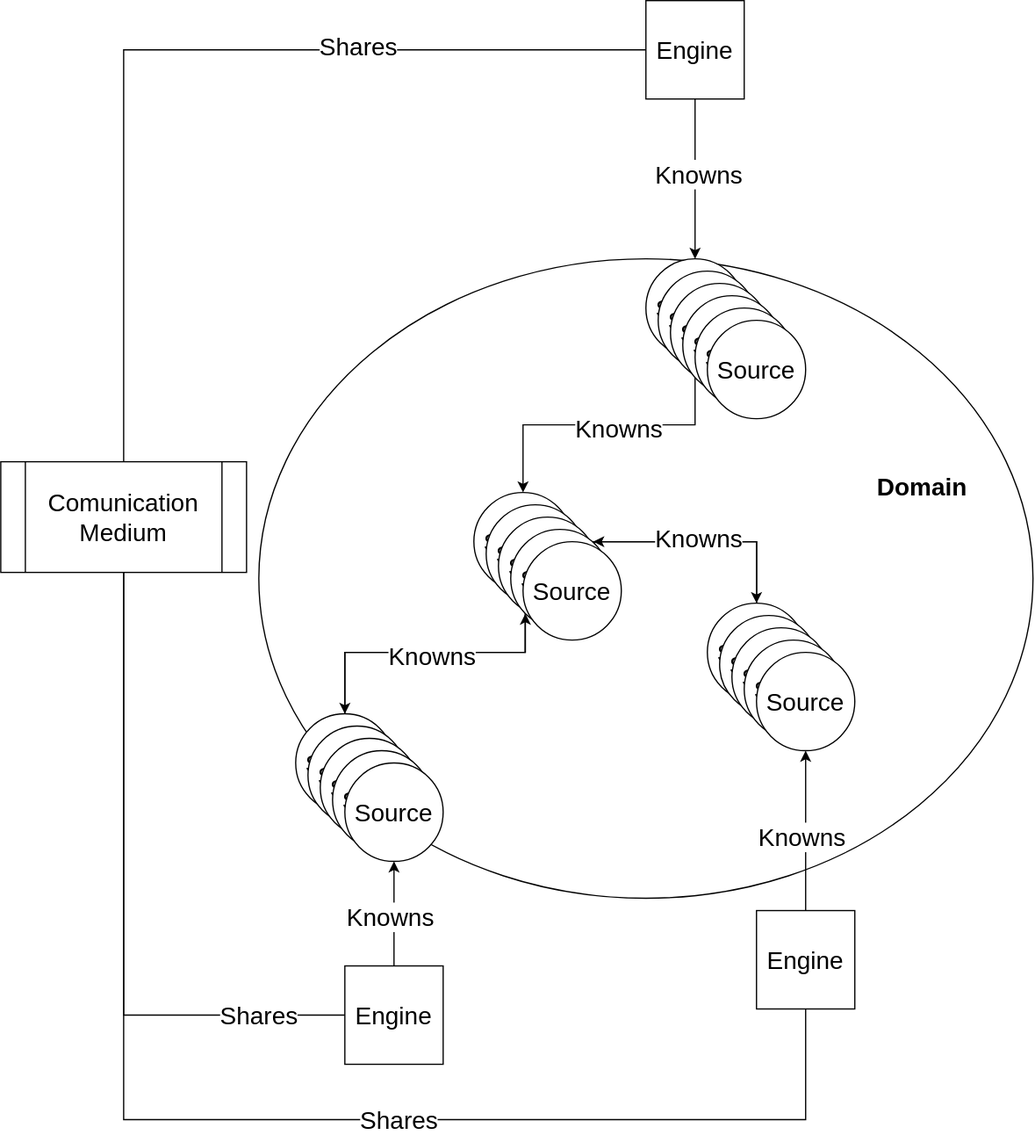
Earlier version of the draw.io export images/collaborative_engine.svg (constraintAutomaton/presentation-iswc-2023-doctoral-consortium-collaboravite-engine). Source tidied: cells renumbered, new cells last; positions are measured from the earlier drawing's top-left corner, leaving out a move shared by most shapes.
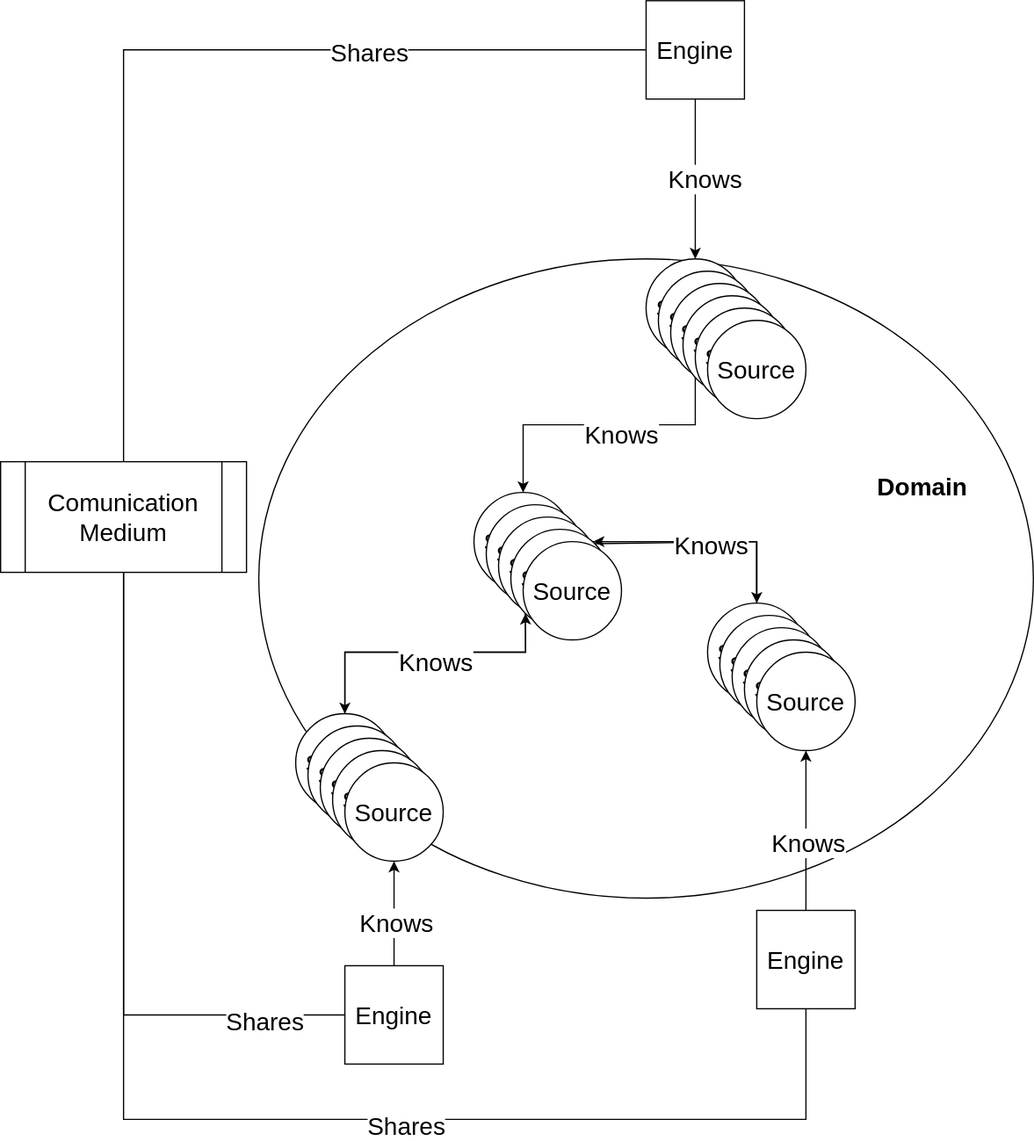
The same diagram one commit later.

What changed in the source:
```diff
@@ -11,7 +11,7 @@
     <mxCell id="4" value="Text" style="edgeLabel;html=1;align=center;verticalAlign=middle;" parent="3" vertex="1">
       <mxGeometry x="-0.02" y="1" relative="1" as="geometry" />
     </mxCell>
-    <mxCell id="5" value="&lt;font style=&quot;font-size: 20px;&quot;&gt;Knowns&lt;/font&gt;" style="edgeLabel;html=1;align=center;verticalAlign=middle;" parent="3" vertex="1">
+    <mxCell id="5" value="&lt;font style=&quot;font-size: 20px;&quot;&gt;Knows&lt;/font&gt;" style="edgeLabel;html=1;align=center;verticalAlign=middle;" parent="3" vertex="1">
       <mxGeometry x="-0.06" y="3" relative="1" as="geometry" />
     </mxCell>
     <mxCell id="6" value="&lt;font style=&quot;font-size: 20px;&quot;&gt;Engine&lt;/font&gt;" style="whiteSpace=wrap;html=1;" parent="1" vertex="1">
@@ -58,7 +58,7 @@
     <mxCell id="15" value="Text" style="edgeLabel;html=1;align=center;verticalAlign=middle;" parent="14" vertex="1">
       <mxGeometry x="-0.02" y="1" relative="1" as="geometry" />
     </mxCell>
-    <mxCell id="16" value="&lt;font style=&quot;font-size: 20px;&quot;&gt;Knowns&lt;/font&gt;" style="edgeLabel;html=1;align=center;verticalAlign=middle;" parent="14" vertex="1">
+    <mxCell id="16" value="&lt;font style=&quot;font-size: 20px;&quot;&gt;Knows&lt;/font&gt;" style="edgeLabel;html=1;align=center;verticalAlign=middle;" parent="14" vertex="1">
       <mxGeometry x="-0.06" y="3" relative="1" as="geometry" />
     </mxCell>
     <mxCell id="17" style="edgeStyle=orthogonalEdgeStyle;rounded=0;jettySize=auto;html=1;exitX=1;exitY=0;exitDx=0;exitDy=0;" parent="1" edge="1" source="30" target="11">
@@ -72,7 +72,7 @@
     <mxCell id="18" value="Text" style="edgeLabel;html=1;align=center;verticalAlign=middle;" parent="17" vertex="1">
       <mxGeometry x="-0.02" y="1" relative="1" as="geometry" />
     </mxCell>
-    <mxCell id="19" value="&lt;font style=&quot;font-size: 20px;&quot;&gt;Knowns&lt;/font&gt;" style="edgeLabel;html=1;align=center;verticalAlign=middle;" parent="17" vertex="1">
+    <mxCell id="19" value="&lt;font style=&quot;font-size: 20px;&quot;&gt;Knows&lt;/font&gt;" style="edgeLabel;html=1;align=center;verticalAlign=middle;" parent="17" vertex="1">
       <mxGeometry x="-0.06" y="3" relative="1" as="geometry" />
     </mxCell>
     <mxCell id="20" style="edgeStyle=orthogonalEdgeStyle;rounded=0;jettySize=auto;html=1;exitX=0;exitY=1;exitDx=0;exitDy=0;" parent="1" edge="1" source="30" target="13">
@@ -86,7 +86,7 @@
     <mxCell id="21" value="Text" style="edgeLabel;html=1;align=center;verticalAlign=middle;" parent="20" vertex="1">
       <mxGeometry x="-0.02" y="1" relative="1" as="geometry" />
     </mxCell>
-    <mxCell id="22" value="&lt;font style=&quot;font-size: 20px;&quot;&gt;Knowns&lt;/font&gt;" style="edgeLabel;html=1;align=center;verticalAlign=middle;" parent="20" vertex="1">
+    <mxCell id="22" value="&lt;font style=&quot;font-size: 20px;&quot;&gt;Knows&lt;/font&gt;" style="edgeLabel;html=1;align=center;verticalAlign=middle;" parent="20" vertex="1">
       <mxGeometry x="-0.06" y="3" relative="1" as="geometry" />
     </mxCell>
     <mxCell id="23" value="&lt;font style=&quot;font-size: 20px;&quot;&gt;Source&lt;/font&gt;" style="ellipse;whiteSpace=wrap;html=1;" parent="1" vertex="1">
@@ -146,7 +146,7 @@
     <mxCell id="41" value="Text" style="edgeLabel;html=1;align=center;verticalAlign=middle;" parent="40" vertex="1">
       <mxGeometry x="-0.02" y="1" relative="1" as="geometry" />
     </mxCell>
-    <mxCell id="42" value="&lt;font style=&quot;font-size: 20px;&quot;&gt;Knowns&lt;/font&gt;" style="edgeLabel;html=1;align=center;verticalAlign=middle;" parent="40" vertex="1">
+    <mxCell id="42" value="&lt;font style=&quot;font-size: 20px;&quot;&gt;Knows&lt;/font&gt;" style="edgeLabel;html=1;align=center;verticalAlign=middle;" parent="40" vertex="1">
       <mxGeometry x="-0.06" y="3" relative="1" as="geometry" />
     </mxCell>
     <mxCell id="43" value="&lt;font style=&quot;font-size: 20px;&quot;&gt;Engine&lt;/font&gt;" style="whiteSpace=wrap;html=1;" parent="1" vertex="1">
@@ -158,7 +158,7 @@
     <mxCell id="45" value="Text" style="edgeLabel;html=1;align=center;verticalAlign=middle;" parent="44" vertex="1">
       <mxGeometry x="-0.02" y="1" relative="1" as="geometry" />
     </mxCell>
-    <mxCell id="46" value="&lt;font style=&quot;font-size: 20px;&quot;&gt;Knowns&lt;/font&gt;" style="edgeLabel;html=1;align=center;verticalAlign=middle;" parent="44" vertex="1">
+    <mxCell id="46" value="&lt;font style=&quot;font-size: 20px;&quot;&gt;Knows&lt;/font&gt;" style="edgeLabel;html=1;align=center;verticalAlign=middle;" parent="44" vertex="1">
       <mxGeometry x="-0.06" y="3" relative="1" as="geometry" />
     </mxCell>
     <mxCell id="47" value="&lt;font style=&quot;font-size: 20px;&quot;&gt;Engine&lt;/font&gt;" style="whiteSpace=wrap;html=1;" parent="1" vertex="1">
```
